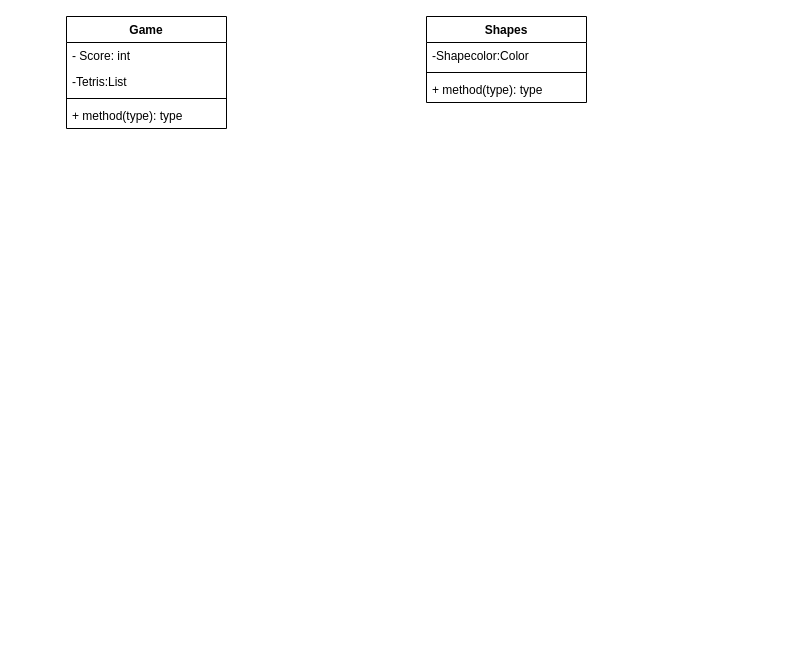
Earlier version of the draw.io diagram Tetris_UML.drawio (Stefan-1998/Tetris). Source tidied: cells renumbered, new cells numbered last; positions are measured from the earlier drawing's top-left corner, leaving out a move shared by most shapes. Both pictures are drawn from the tidied source at 100%, with x=0, y=0 at pixel (66, 16).
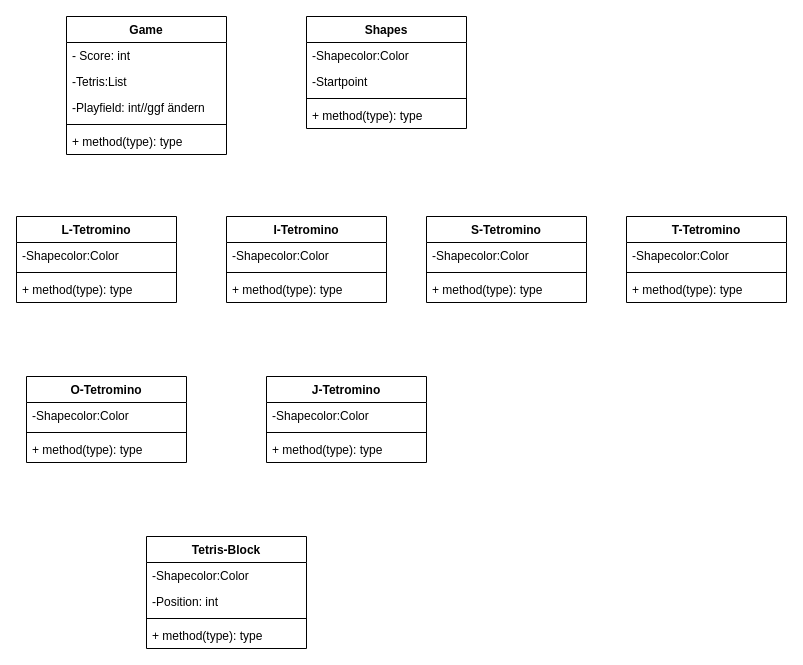
The same diagram, later.

What changed in the source:
```diff
@@
     <mxCell id="2" value="Game" style="swimlane;fontStyle=1;align=center;verticalAlign=top;horizontal=1;startSize=26;" parent="1" vertex="1">
-      <mxGeometry width="160" height="112" as="geometry" />
+      <mxGeometry width="160" height="138" as="geometry" />
     </mxCell>
@@
+    <mxCell id="11" value="-Playfield: int//ggf ändern" style="text;strokeColor=none;fillColor=none;align=left;verticalAlign=top;spacingLeft=4;spacingRight=4;overflow=hidden;" parent="2" vertex="1">
+      <mxGeometry y="78" width="160" height="26" as="geometry" />
+    </mxCell>
     <mxCell id="5" style="line;strokeWidth=1;fillColor=none;align=left;verticalAlign=middle;spacingTop=-1;spacingLeft=3;spacingRight=3;labelPosition=right;" parent="2" vertex="1">
-      <mxGeometry y="78" width="160" height="8" as="geometry" />
+      <mxGeometry y="104" width="160" height="8" as="geometry" />
     </mxCell>
     <mxCell id="6" value="+ method(type): type" style="text;strokeColor=none;fillColor=none;align=left;verticalAlign=top;spacingLeft=4;spacingRight=4;overflow=hidden;" parent="2" vertex="1">
-      <mxGeometry y="86" width="160" height="26" as="geometry" />
+      <mxGeometry y="112" width="160" height="26" as="geometry" />
     </mxCell>
     <mxCell id="7" value="Shapes" style="swimlane;fontStyle=1;align=center;verticalAlign=top;horizontal=1;startSize=26;" parent="1" vertex="1">
-      <mxGeometry x="360" width="160" height="86" as="geometry" />
+      <mxGeometry x="240" width="160" height="112" as="geometry" />
     </mxCell>
@@
+    <mxCell id="12" value="-Startpoint" style="text;strokeColor=none;fillColor=none;align=left;verticalAlign=top;spacingLeft=4;spacingRight=4;overflow=hidden;" parent="7" vertex="1">
+      <mxGeometry y="52" width="160" height="26" as="geometry" />
+    </mxCell>
     <mxCell id="9" style="line;strokeWidth=1;fillColor=none;align=left;verticalAlign=middle;spacingTop=-1;spacingLeft=3;spacingRight=3;labelPosition=right;" parent="7" vertex="1">
-      <mxGeometry y="52" width="160" height="8" as="geometry" />
+      <mxGeometry y="78" width="160" height="8" as="geometry" />
     </mxCell>
     <mxCell id="10" value="+ method(type): type" style="text;strokeColor=none;fillColor=none;align=left;verticalAlign=top;spacingLeft=4;spacingRight=4;overflow=hidden;" parent="7" vertex="1">
-      <mxGeometry y="60" width="160" height="26" as="geometry" />
+      <mxGeometry y="86" width="160" height="26" as="geometry" />
     </mxCell>
+    <mxCell id="13" value="L-Tetromino" style="swimlane;fontStyle=1;align=center;verticalAlign=top;horizontal=1;startSize=26;" parent="1" vertex="1">
+      <mxGeometry x="-50" y="200" width="160" height="86" as="geometry" />
+    </mxCell>
+    <mxCell id="14" value="-Shapecolor:Color" style="text;strokeColor=none;fillColor=none;align=left;verticalAlign=top;spacingLeft=4;spacingRight=4;overflow=hidden;" parent="13" vertex="1">
+      <mxGeometry y="26" width="160" height="26" as="geometry" />
+    </mxCell>
+    <mxCell id="15" style="line;strokeWidth=1;fillColor=none;align=left;verticalAlign=middle;spacingTop=-1;spacingLeft=3;spacingRight=3;labelPosition=right;" parent="13" vertex="1">
+      <mxGeometry y="52" width="160" height="8" as="geometry" />
+    </mxCell>
+    <mxCell id="16" value="+ method(type): type" style="text;strokeColor=none;fillColor=none;align=left;verticalAlign=top;spacingLeft=4;spacingRight=4;overflow=hidden;" parent="13" vertex="1">
+      <mxGeometry y="60" width="160" height="26" as="geometry" />
+    </mxCell>
+    <mxCell id="17" value="I-Tetromino" style="swimlane;fontStyle=1;align=center;verticalAlign=top;horizontal=1;startSize=26;" parent="1" vertex="1">
+      <mxGeometry x="160" y="200" width="160" height="86" as="geometry" />
+    </mxCell>
+    <mxCell id="18" value="-Shapecolor:Color" style="text;strokeColor=none;fillColor=none;align=left;verticalAlign=top;spacingLeft=4;spacingRight=4;overflow=hidden;" parent="17" vertex="1">
+      <mxGeometry y="26" width="160" height="26" as="geometry" />
+    </mxCell>
+    <mxCell id="19" style="line;strokeWidth=1;fillColor=none;align=left;verticalAlign=middle;spacingTop=-1;spacingLeft=3;spacingRight=3;labelPosition=right;" parent="17" vertex="1">
+      <mxGeometry y="52" width="160" height="8" as="geometry" />
+    </mxCell>
+    <mxCell id="20" value="+ method(type): type" style="text;strokeColor=none;fillColor=none;align=left;verticalAlign=top;spacingLeft=4;spacingRight=4;overflow=hidden;" parent="17" vertex="1">
+      <mxGeometry y="60" width="160" height="26" as="geometry" />
+    </mxCell>
+    <mxCell id="21" value="S-Tetromino" style="swimlane;fontStyle=1;align=center;verticalAlign=top;horizontal=1;startSize=26;" parent="1" vertex="1">
+      <mxGeometry x="360" y="200" width="160" height="86" as="geometry" />
+    </mxCell>
+    <mxCell id="22" value="-Shapecolor:Color" style="text;strokeColor=none;fillColor=none;align=left;verticalAlign=top;spacingLeft=4;spacingRight=4;overflow=hidden;" parent="21" vertex="1">
+      <mxGeometry y="26" width="160" height="26" as="geometry" />
+    </mxCell>
+    <mxCell id="23" style="line;strokeWidth=1;fillColor=none;align=left;verticalAlign=middle;spacingTop=-1;spacingLeft=3;spacingRight=3;labelPosition=right;" parent="21" vertex="1">
+      <mxGeometry y="52" width="160" height="8" as="geometry" />
+    </mxCell>
+    <mxCell id="24" value="+ method(type): type" style="text;strokeColor=none;fillColor=none;align=left;verticalAlign=top;spacingLeft=4;spacingRight=4;overflow=hidden;" parent="21" vertex="1">
+      <mxGeometry y="60" width="160" height="26" as="geometry" />
+    </mxCell>
+    <mxCell id="25" value="T-Tetromino" style="swimlane;fontStyle=1;align=center;verticalAlign=top;horizontal=1;startSize=26;" parent="1" vertex="1">
+      <mxGeometry x="560" y="200" width="160" height="86" as="geometry" />
+    </mxCell>
+    <mxCell id="26" value="-Shapecolor:Color" style="text;strokeColor=none;fillColor=none;align=left;verticalAlign=top;spacingLeft=4;spacingRight=4;overflow=hidden;" parent="25" vertex="1">
+      <mxGeometry y="26" width="160" height="26" as="geometry" />
+    </mxCell>
+    <mxCell id="27" style="line;strokeWidth=1;fillColor=none;align=left;verticalAlign=middle;spacingTop=-1;spacingLeft=3;spacingRight=3;labelPosition=right;" parent="25" vertex="1">
+      <mxGeometry y="52" width="160" height="8" as="geometry" />
+    </mxCell>
+    <mxCell id="28" value="+ method(type): type" style="text;strokeColor=none;fillColor=none;align=left;verticalAlign=top;spacingLeft=4;spacingRight=4;overflow=hidden;" parent="25" vertex="1">
+      <mxGeometry y="60" width="160" height="26" as="geometry" />
+    </mxCell>
+    <mxCell id="29" value="O-Tetromino" style="swimlane;fontStyle=1;align=center;verticalAlign=top;horizontal=1;startSize=26;" parent="1" vertex="1">
+      <mxGeometry x="-40" y="360" width="160" height="86" as="geometry" />
+    </mxCell>
+    <mxCell id="30" value="-Shapecolor:Color" style="text;strokeColor=none;fillColor=none;align=left;verticalAlign=top;spacingLeft=4;spacingRight=4;overflow=hidden;" parent="29" vertex="1">
+      <mxGeometry y="26" width="160" height="26" as="geometry" />
+    </mxCell>
+    <mxCell id="31" style="line;strokeWidth=1;fillColor=none;align=left;verticalAlign=middle;spacingTop=-1;spacingLeft=3;spacingRight=3;labelPosition=right;" parent="29" vertex="1">
+      <mxGeometry y="52" width="160" height="8" as="geometry" />
+    </mxCell>
+    <mxCell id="32" value="+ method(type): type" style="text;strokeColor=none;fillColor=none;align=left;verticalAlign=top;spacingLeft=4;spacingRight=4;overflow=hidden;" parent="29" vertex="1">
+      <mxGeometry y="60" width="160" height="26" as="geometry" />
+    </mxCell>
+    <mxCell id="33" value="J-Tetromino" style="swimlane;fontStyle=1;align=center;verticalAlign=top;horizontal=1;startSize=26;" parent="1" vertex="1">
+      <mxGeometry x="200" y="360" width="160" height="86" as="geometry" />
+    </mxCell>
+    <mxCell id="34" value="-Shapecolor:Color" style="text;strokeColor=none;fillColor=none;align=left;verticalAlign=top;spacingLeft=4;spacingRight=4;overflow=hidden;" parent="33" vertex="1">
+      <mxGeometry y="26" width="160" height="26" as="geometry" />
+    </mxCell>
+    <mxCell id="35" style="line;strokeWidth=1;fillColor=none;align=left;verticalAlign=middle;spacingTop=-1;spacingLeft=3;spacingRight=3;labelPosition=right;" parent="33" vertex="1">
+      <mxGeometry y="52" width="160" height="8" as="geometry" />
+    </mxCell>
+    <mxCell id="36" value="+ method(type): type" style="text;strokeColor=none;fillColor=none;align=left;verticalAlign=top;spacingLeft=4;spacingRight=4;overflow=hidden;" parent="33" vertex="1">
+      <mxGeometry y="60" width="160" height="26" as="geometry" />
+    </mxCell>
+    <mxCell id="37" value="Tetris-Block" style="swimlane;fontStyle=1;align=center;verticalAlign=top;horizontal=1;startSize=26;" parent="1" vertex="1">
+      <mxGeometry x="80" y="520" width="160" height="112" as="geometry" />
+    </mxCell>
+    <mxCell id="38" value="-Shapecolor:Color" style="text;strokeColor=none;fillColor=none;align=left;verticalAlign=top;spacingLeft=4;spacingRight=4;overflow=hidden;" parent="37" vertex="1">
+      <mxGeometry y="26" width="160" height="26" as="geometry" />
+    </mxCell>
+    <mxCell id="39" value="-Position: int" style="text;strokeColor=none;fillColor=none;align=left;verticalAlign=top;spacingLeft=4;spacingRight=4;overflow=hidden;" parent="37" vertex="1">
+      <mxGeometry y="52" width="160" height="26" as="geometry" />
+    </mxCell>
+    <mxCell id="40" style="line;strokeWidth=1;fillColor=none;align=left;verticalAlign=middle;spacingTop=-1;spacingLeft=3;spacingRight=3;labelPosition=right;" parent="37" vertex="1">
+      <mxGeometry y="78" width="160" height="8" as="geometry" />
+    </mxCell>
+    <mxCell id="41" value="+ method(type): type" style="text;strokeColor=none;fillColor=none;align=left;verticalAlign=top;spacingLeft=4;spacingRight=4;overflow=hidden;" parent="37" vertex="1">
+      <mxGeometry y="86" width="160" height="26" as="geometry" />
+    </mxCell>
```
